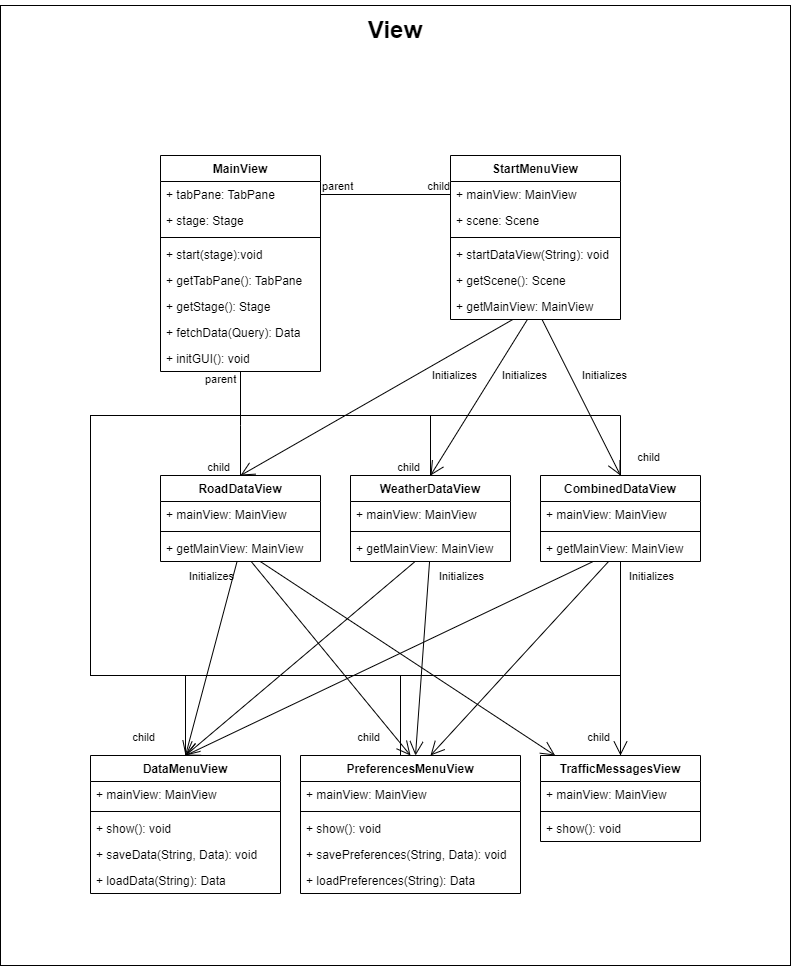
Before: Documents/ViewUML.png, a diagram exported from draw.io (aleksiIso-seppala/Software-Design-project). Source tidied: cells renumbered, new cells last; positions are measured from the earlier drawing's top-left corner, leaving out a move shared by most shapes.
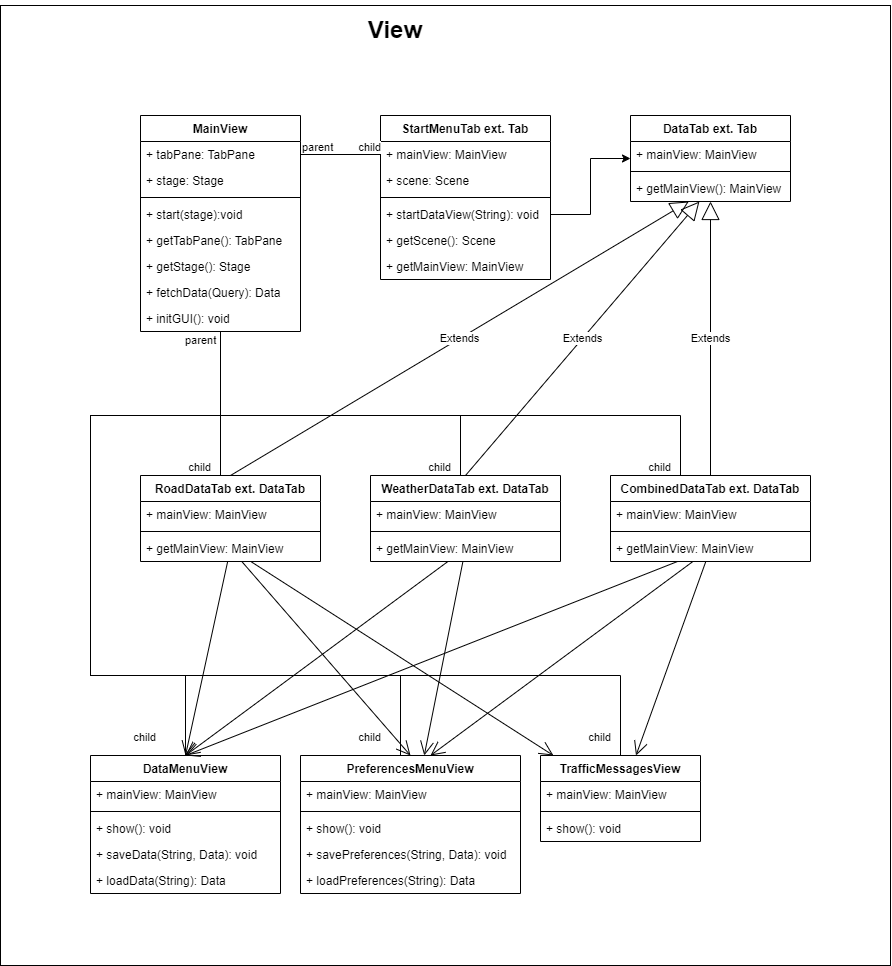
The same diagram one commit later.

Commit message:
Updated UML-diagram of the View-component

The edit, as a diff of the source:
```diff
@@ -3,10 +3,10 @@
     <mxCell id="0" />
     <mxCell id="1" parent="0" />
     <mxCell id="2" style="rounded=0;whiteSpace=wrap;html=1;fillColor=#FFFFFF;" parent="1" vertex="1">
-      <mxGeometry width="790" height="960" as="geometry" />
+      <mxGeometry width="890" height="960" as="geometry" />
     </mxCell>
     <mxCell id="3" value="MainView" style="swimlane;fontStyle=1;align=center;verticalAlign=top;horizontal=1;startSize=26;" parent="1" vertex="1">
-      <mxGeometry x="160" y="150" width="160" height="216" as="geometry" />
+      <mxGeometry x="140" y="110" width="160" height="216" as="geometry" />
     </mxCell>
     <mxCell id="4" value="+ tabPane: TabPane" style="text;strokeColor=none;fillColor=none;align=left;verticalAlign=top;spacingLeft=4;spacingRight=4;overflow=hidden;points=[[0,0.5],[1,0.5]];portConstraint=eastwest;" parent="3" vertex="1">
       <mxGeometry y="26" width="160" height="26" as="geometry" />
@@ -32,44 +32,44 @@
     <mxCell id="11" value="+ initGUI(): void" style="text;strokeColor=none;fillColor=none;align=left;verticalAlign=top;spacingLeft=4;spacingRight=4;overflow=hidden;points=[[0,0.5],[1,0.5]];portConstraint=eastwest;" parent="3" vertex="1">
       <mxGeometry y="190" width="160" height="26" as="geometry" />
     </mxCell>
-    <mxCell id="12" value="CombinedDataView" style="swimlane;fontStyle=1;align=center;verticalAlign=top;horizontal=1;startSize=26;" parent="1" vertex="1">
-      <mxGeometry x="540" y="470" width="160" height="86" as="geometry" />
+    <mxCell id="12" value="CombinedDataTab ext. DataTab" style="swimlane;fontStyle=1;align=center;verticalAlign=top;horizontal=1;startSize=26;" parent="1" vertex="1">
+      <mxGeometry x="610" y="470" width="200" height="86" as="geometry" />
     </mxCell>
     <mxCell id="13" value="+ mainView: MainView" style="text;strokeColor=none;fillColor=none;align=left;verticalAlign=top;spacingLeft=4;spacingRight=4;overflow=hidden;" parent="12" vertex="1">
-      <mxGeometry y="26" width="160" height="26" as="geometry" />
+      <mxGeometry y="26" width="200" height="26" as="geometry" />
     </mxCell>
     <mxCell id="14" style="line;strokeWidth=1;fillColor=none;align=left;verticalAlign=middle;spacingTop=-1;spacingLeft=3;spacingRight=3;labelPosition=right;strokeColor=inherit;" parent="12" vertex="1">
-      <mxGeometry y="52" width="160" height="8" as="geometry" />
+      <mxGeometry y="52" width="200" height="8" as="geometry" />
     </mxCell>
     <mxCell id="15" value="+ getMainView: MainView" style="text;strokeColor=none;fillColor=none;align=left;verticalAlign=top;spacingLeft=4;spacingRight=4;overflow=hidden;points=[[0,0.5],[1,0.5]];portConstraint=eastwest;" parent="12" vertex="1">
-      <mxGeometry y="60" width="160" height="26" as="geometry" />
+      <mxGeometry y="60" width="200" height="26" as="geometry" />
     </mxCell>
-    <mxCell id="16" value="WeatherDataView" style="swimlane;fontStyle=1;align=center;verticalAlign=top;horizontal=1;startSize=26;" parent="1" vertex="1">
-      <mxGeometry x="350" y="470" width="160" height="86" as="geometry" />
+    <mxCell id="16" value="WeatherDataTab ext. DataTab" style="swimlane;fontStyle=1;align=center;verticalAlign=top;horizontal=1;startSize=26;" parent="1" vertex="1">
+      <mxGeometry x="370" y="470" width="190" height="86" as="geometry" />
     </mxCell>
     <mxCell id="17" value="+ mainView: MainView" style="text;strokeColor=none;fillColor=none;align=left;verticalAlign=top;spacingLeft=4;spacingRight=4;overflow=hidden;" parent="16" vertex="1">
-      <mxGeometry y="26" width="160" height="26" as="geometry" />
+      <mxGeometry y="26" width="190" height="26" as="geometry" />
     </mxCell>
     <mxCell id="18" style="line;strokeWidth=1;fillColor=none;align=left;verticalAlign=middle;spacingTop=-1;spacingLeft=3;spacingRight=3;labelPosition=right;strokeColor=inherit;" parent="16" vertex="1">
-      <mxGeometry y="52" width="160" height="8" as="geometry" />
+      <mxGeometry y="52" width="190" height="8" as="geometry" />
     </mxCell>
     <mxCell id="19" value="+ getMainView: MainView" style="text;strokeColor=none;fillColor=none;align=left;verticalAlign=top;spacingLeft=4;spacingRight=4;overflow=hidden;points=[[0,0.5],[1,0.5]];portConstraint=eastwest;" parent="16" vertex="1">
-      <mxGeometry y="60" width="160" height="26" as="geometry" />
+      <mxGeometry y="60" width="190" height="26" as="geometry" />
     </mxCell>
-    <mxCell id="20" value="RoadDataView" style="swimlane;fontStyle=1;align=center;verticalAlign=top;horizontal=1;startSize=26;" parent="1" vertex="1">
-      <mxGeometry x="160" y="470" width="160" height="86" as="geometry" />
+    <mxCell id="20" value="RoadDataTab ext. DataTab" style="swimlane;fontStyle=1;align=center;verticalAlign=top;horizontal=1;startSize=26;" parent="1" vertex="1">
+      <mxGeometry x="140" y="470" width="180" height="86" as="geometry" />
     </mxCell>
     <mxCell id="21" value="+ mainView: MainView" style="text;strokeColor=none;fillColor=none;align=left;verticalAlign=top;spacingLeft=4;spacingRight=4;overflow=hidden;" parent="20" vertex="1">
-      <mxGeometry y="26" width="160" height="26" as="geometry" />
+      <mxGeometry y="26" width="180" height="26" as="geometry" />
     </mxCell>
     <mxCell id="22" style="line;strokeWidth=1;fillColor=none;align=left;verticalAlign=middle;spacingTop=-1;spacingLeft=3;spacingRight=3;labelPosition=right;strokeColor=inherit;" parent="20" vertex="1">
-      <mxGeometry y="52" width="160" height="8" as="geometry" />
+      <mxGeometry y="52" width="180" height="8" as="geometry" />
     </mxCell>
     <mxCell id="23" value="+ getMainView: MainView" style="text;strokeColor=none;fillColor=none;align=left;verticalAlign=top;spacingLeft=4;spacingRight=4;overflow=hidden;points=[[0,0.5],[1,0.5]];portConstraint=eastwest;" parent="20" vertex="1">
-      <mxGeometry y="60" width="160" height="26" as="geometry" />
+      <mxGeometry y="60" width="180" height="26" as="geometry" />
     </mxCell>
-    <mxCell id="24" value="StartMenuView" style="swimlane;fontStyle=1;align=center;verticalAlign=top;horizontal=1;startSize=26;" parent="1" vertex="1">
-      <mxGeometry x="450" y="150" width="170" height="164" as="geometry" />
+    <mxCell id="24" value="StartMenuTab ext. Tab" style="swimlane;fontStyle=1;align=center;verticalAlign=top;horizontal=1;startSize=26;" parent="1" vertex="1">
+      <mxGeometry x="380" y="110" width="170" height="164" as="geometry" />
     </mxCell>
     <mxCell id="25" value="+ mainView: MainView" style="text;strokeColor=none;fillColor=none;align=left;verticalAlign=top;spacingLeft=4;spacingRight=4;overflow=hidden;points=[[0,0.5],[1,0.5]];portConstraint=eastwest;" parent="24" vertex="1">
       <mxGeometry y="26" width="170" height="26" as="geometry" />
@@ -104,21 +104,21 @@
     <mxCell id="35" style="endArrow=none;html=1;edgeStyle=orthogonalEdgeStyle;rounded=0;" parent="1" edge="1" source="11" target="12">
       <mxGeometry relative="1" as="geometry">
         <Array as="points">
-          <mxPoint x="240" y="410" />
-          <mxPoint x="620" y="410" />
+          <mxPoint x="220" y="410" />
+          <mxPoint x="680" y="410" />
         </Array>
       </mxGeometry>
     </mxCell>
     <mxCell id="36" value="child" style="edgeLabel;html=1;align=right;verticalAlign=bottom;" parent="35" vertex="1">
       <mxGeometry x="1" relative="1" as="geometry">
-        <mxPoint x="40" y="-10" as="offset" />
+        <mxPoint x="-10" as="offset" />
       </mxGeometry>
     </mxCell>
     <mxCell id="37" style="endArrow=none;html=1;edgeStyle=orthogonalEdgeStyle;rounded=0;" parent="1" edge="1" source="11" target="16">
       <mxGeometry relative="1" as="geometry">
         <Array as="points">
-          <mxPoint x="240" y="410" />
-          <mxPoint x="430" y="410" />
+          <mxPoint x="220" y="410" />
+          <mxPoint x="460" y="410" />
         </Array>
       </mxGeometry>
     </mxCell>
@@ -130,8 +130,8 @@
     <mxCell id="39" style="endArrow=none;html=1;edgeStyle=orthogonalEdgeStyle;rounded=0;" parent="1" edge="1" source="11" target="20">
       <mxGeometry relative="1" as="geometry">
         <Array as="points">
-          <mxPoint x="240" y="420" />
-          <mxPoint x="240" y="420" />
+          <mxPoint x="220" y="360" />
+          <mxPoint x="220" y="360" />
         </Array>
       </mxGeometry>
     </mxCell>
@@ -145,45 +145,6 @@
         <mxPoint x="-10" as="offset" />
       </mxGeometry>
     </mxCell>
-    <mxCell id="42" style="endArrow=open;endFill=1;endSize=12;html=1;rounded=0;entryX=0.5;entryY=0;entryDx=0;entryDy=0;" parent="1" edge="1" source="30" target="12">
-      <mxGeometry relative="1" as="geometry" />
-    </mxCell>
-    <mxCell id="43" value="Initializes" style="edgeLabel;html=1;align=center;verticalAlign=middle;" parent="42" vertex="1">
-      <mxGeometry x="-0.22" y="-3" relative="1" as="geometry">
-        <mxPoint x="34" y="-7" as="offset" />
-      </mxGeometry>
-    </mxCell>
-    <mxCell id="44" value="Initializes" style="edgeLabel;html=1;align=center;verticalAlign=middle;" parent="42" vertex="1">
-      <mxGeometry x="-0.22" y="-3" relative="1" as="geometry">
-        <mxPoint x="-46" y="-7" as="offset" />
-      </mxGeometry>
-    </mxCell>
-    <mxCell id="45" value="Initializes" style="edgeLabel;html=1;align=center;verticalAlign=middle;" parent="42" vertex="1">
-      <mxGeometry x="-0.22" y="-3" relative="1" as="geometry">
-        <mxPoint x="-116" y="-7" as="offset" />
-      </mxGeometry>
-    </mxCell>
-    <mxCell id="46" value="Initializes" style="edgeLabel;html=1;align=center;verticalAlign=middle;" parent="42" vertex="1">
-      <mxGeometry x="-0.22" y="-3" relative="1" as="geometry">
-        <mxPoint x="-359" y="194" as="offset" />
-      </mxGeometry>
-    </mxCell>
-    <mxCell id="47" value="Initializes" style="edgeLabel;html=1;align=center;verticalAlign=middle;" parent="42" vertex="1">
-      <mxGeometry x="-0.22" y="-3" relative="1" as="geometry">
-        <mxPoint x="-109" y="194" as="offset" />
-      </mxGeometry>
-    </mxCell>
-    <mxCell id="48" value="Initializes" style="edgeLabel;html=1;align=center;verticalAlign=middle;" parent="42" vertex="1">
-      <mxGeometry x="-0.22" y="-3" relative="1" as="geometry">
-        <mxPoint x="81" y="194" as="offset" />
-      </mxGeometry>
-    </mxCell>
-    <mxCell id="49" style="endArrow=open;endFill=1;endSize=12;html=1;rounded=0;entryX=0.5;entryY=0;entryDx=0;entryDy=0;" parent="1" edge="1" source="30" target="16">
-      <mxGeometry relative="1" as="geometry" />
-    </mxCell>
-    <mxCell id="50" style="endArrow=open;endFill=1;endSize=12;html=1;rounded=0;entryX=0.5;entryY=0;entryDx=0;entryDy=0;" parent="1" edge="1" source="30" target="20">
-      <mxGeometry relative="1" as="geometry" />
-    </mxCell>
     <mxCell id="51" value="DataMenuView" style="swimlane;fontStyle=1;align=center;verticalAlign=top;horizontal=1;startSize=26;" parent="1" vertex="1">
       <mxGeometry x="90" y="750" width="190" height="138" as="geometry" />
     </mxCell>
@@ -261,7 +222,7 @@
     <mxCell id="75" style="endArrow=none;html=1;edgeStyle=orthogonalEdgeStyle;rounded=0;" parent="1" edge="1" source="11" target="51">
       <mxGeometry relative="1" as="geometry">
         <Array as="points">
-          <mxPoint x="240" y="410" />
+          <mxPoint x="220" y="410" />
           <mxPoint x="90" y="410" />
           <mxPoint x="90" y="670" />
           <mxPoint x="185" y="670" />
@@ -276,7 +237,7 @@
     <mxCell id="77" style="endArrow=none;html=1;edgeStyle=orthogonalEdgeStyle;rounded=0;" parent="1" edge="1" source="11" target="57">
       <mxGeometry relative="1" as="geometry">
         <Array as="points">
-          <mxPoint x="240" y="410" />
+          <mxPoint x="220" y="410" />
           <mxPoint x="90" y="410" />
           <mxPoint x="90" y="670" />
           <mxPoint x="400" y="670" />
@@ -291,7 +252,7 @@
     <mxCell id="79" style="endArrow=none;html=1;edgeStyle=orthogonalEdgeStyle;rounded=0;" parent="1" edge="1" source="11" target="63">
       <mxGeometry relative="1" as="geometry">
         <Array as="points">
-          <mxPoint x="240" y="410" />
+          <mxPoint x="220" y="410" />
           <mxPoint x="90" y="410" />
           <mxPoint x="90" y="670" />
           <mxPoint x="620" y="670" />
@@ -303,5 +264,29 @@
         <mxPoint x="-10" y="-10" as="offset" />
       </mxGeometry>
     </mxCell>
+    <mxCell id="81" value="DataTab ext. Tab" style="swimlane;fontStyle=1;align=center;verticalAlign=top;horizontal=1;startSize=26;" parent="1" vertex="1">
+      <mxGeometry x="630" y="110" width="160" height="86" as="geometry" />
+    </mxCell>
+    <mxCell id="82" value="+ mainView: MainView" style="text;strokeColor=none;fillColor=none;align=left;verticalAlign=top;spacingLeft=4;spacingRight=4;overflow=hidden;" parent="81" vertex="1">
+      <mxGeometry y="26" width="160" height="26" as="geometry" />
+    </mxCell>
+    <mxCell id="83" style="line;strokeWidth=1;fillColor=none;align=left;verticalAlign=middle;spacingTop=-1;spacingLeft=3;spacingRight=3;labelPosition=right;strokeColor=inherit;" parent="81" vertex="1">
+      <mxGeometry y="52" width="160" height="8" as="geometry" />
+    </mxCell>
+    <mxCell id="84" value="+ getMainView(): MainView" style="text;strokeColor=none;fillColor=none;align=left;verticalAlign=top;spacingLeft=4;spacingRight=4;overflow=hidden;points=[[0,0.5],[1,0.5]];portConstraint=eastwest;" parent="81" vertex="1">
+      <mxGeometry y="60" width="160" height="26" as="geometry" />
+    </mxCell>
+    <mxCell id="85" value="Extends" style="endArrow=block;endSize=16;endFill=0;html=1;rounded=0;exitX=0.5;exitY=0;exitDx=0;exitDy=0;" parent="1" edge="1" source="20" target="84">
+      <mxGeometry relative="1" as="geometry" />
+    </mxCell>
+    <mxCell id="86" value="Extends" style="endArrow=block;endSize=16;endFill=0;html=1;rounded=0;exitX=0.5;exitY=0;exitDx=0;exitDy=0;" parent="1" edge="1" source="16" target="84">
+      <mxGeometry relative="1" as="geometry" />
+    </mxCell>
+    <mxCell id="87" value="Extends" style="endArrow=block;endSize=16;endFill=0;html=1;rounded=0;" parent="1" edge="1" source="12" target="84">
+      <mxGeometry relative="1" as="geometry" />
+    </mxCell>
+    <mxCell id="88" style="edgeStyle=orthogonalEdgeStyle;rounded=0;jettySize=auto;html=1;" parent="1" edge="1" source="28" target="81">
+      <mxGeometry relative="1" as="geometry" />
+    </mxCell>
   </root>
 </mxGraphModel>
```
